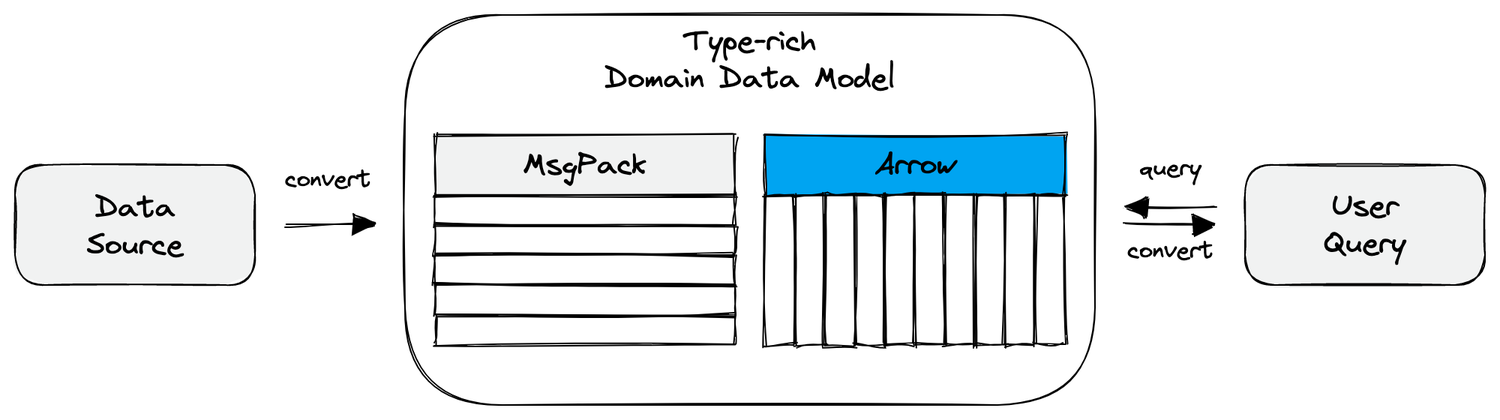
Earlier version of the Excalidraw export web/blog/arrow-data-spine/msgpack-arrow.light.png (tenzir/tenzir). Source tidied: one line per element, renumbered; positions are measured from the earlier drawing's top-left corner, leaving out a move shared by most shapes. Its diagram source:
```json
{"id": 0, "type": "rectangle", "strokeColor": "#000000", "strokeWidth": 1, "roughness": 1, "x": 260, "y": 0, "width": 460, "height": 260}
{"id": 1, "type": "text", "text": "Type-rich\nDomain Data Model", "strokeColor": "#000000", "strokeWidth": 1, "roughness": 1, "fontSize": 20, "fontFamily": 1, "textAlign": "center", "inside": 0, "x": 265, "y": 5, "width": 450, "height": 50}
{"id": 2, "type": "rectangle", "strokeColor": "#000000", "backgroundColor": "#f1f2f2", "fillStyle": "solid", "strokeWidth": 1, "roughness": 1, "x": 280, "y": 80, "width": 200, "height": 40}
{"id": 3, "type": "text", "text": "MsgPack", "strokeColor": "#000000", "strokeWidth": 1, "roughness": 1, "fontSize": 20, "fontFamily": 1, "textAlign": "center", "verticalAlign": "middle", "inside": 2, "x": 285, "y": 88, "width": 190, "height": 25}
{"id": 4, "type": "rectangle", "strokeColor": "#000000", "strokeWidth": 1, "roughness": 1, "x": 280, "y": 120, "width": 200, "height": 20}
{"id": 5, "type": "rectangle", "strokeColor": "#000000", "strokeWidth": 1, "roughness": 1, "x": 280, "y": 140, "width": 200, "height": 20}
{"id": 6, "type": "rectangle", "strokeColor": "#000000", "strokeWidth": 1, "roughness": 1, "x": 280, "y": 160, "width": 200, "height": 20}
{"id": 7, "type": "rectangle", "strokeColor": "#000000", "strokeWidth": 1, "roughness": 1, "x": 280, "y": 180, "width": 200, "height": 20}
{"id": 8, "type": "rectangle", "strokeColor": "#000000", "strokeWidth": 1, "roughness": 1, "x": 280, "y": 200, "width": 200, "height": 20}
{"id": 9, "type": "rectangle", "strokeColor": "#000000", "backgroundColor": "#00a4f1", "fillStyle": "solid", "strokeWidth": 1, "roughness": 1, "x": 500, "y": 80, "width": 200, "height": 40}
{"id": 10, "type": "text", "text": "Arrow", "strokeColor": "#000000", "strokeWidth": 1, "roughness": 1, "fontSize": 20, "fontFamily": 1, "textAlign": "center", "verticalAlign": "middle", "inside": 9, "x": 505, "y": 88, "width": 190, "height": 25}
{"id": 11, "type": "rectangle", "strokeColor": "#000000", "strokeWidth": 1, "roughness": 1, "x": 500, "y": 120, "width": 20, "height": 100}
{"id": 12, "type": "rectangle", "strokeColor": "#000000", "strokeWidth": 1, "roughness": 1, "x": 520, "y": 120, "width": 20, "height": 100}
{"id": 13, "type": "rectangle", "strokeColor": "#000000", "strokeWidth": 1, "roughness": 1, "x": 540, "y": 120, "width": 20, "height": 100}
{"id": 14, "type": "rectangle", "strokeColor": "#000000", "strokeWidth": 1, "roughness": 1, "x": 560, "y": 120, "width": 20, "height": 100}
{"id": 15, "type": "rectangle", "strokeColor": "#000000", "strokeWidth": 1, "roughness": 1, "x": 580, "y": 120, "width": 20, "height": 100}
{"id": 16, "type": "rectangle", "strokeColor": "#000000", "strokeWidth": 1, "roughness": 1, "x": 600, "y": 120, "width": 20, "height": 100}
{"id": 17, "type": "rectangle", "strokeColor": "#000000", "strokeWidth": 1, "roughness": 1, "x": 620, "y": 120, "width": 20, "height": 100}
{"id": 18, "type": "rectangle", "strokeColor": "#000000", "strokeWidth": 1, "roughness": 1, "x": 640, "y": 120, "width": 20, "height": 100}
{"id": 19, "type": "rectangle", "strokeColor": "#000000", "strokeWidth": 1, "roughness": 1, "x": 660, "y": 120, "width": 20, "height": 100}
{"id": 20, "type": "rectangle", "strokeColor": "#000000", "strokeWidth": 1, "roughness": 1, "x": 680, "y": 120, "width": 20, "height": 100}
{"id": 21, "type": "rectangle", "strokeColor": "#000000", "backgroundColor": "#f1f2f2", "fillStyle": "solid", "strokeWidth": 1, "roughness": 1, "x": 0, "y": 100, "width": 160, "height": 80}
{"id": 22, "type": "text", "text": "Data\nSource", "strokeColor": "#000000", "strokeWidth": 1, "roughness": 1, "fontSize": 20, "fontFamily": 1, "textAlign": "center", "verticalAlign": "middle", "inside": 21, "x": 5, "y": 115, "width": 150, "height": 46}
{"id": 23, "type": "arrow", "strokeColor": "#000000", "backgroundColor": "#f1f2f2", "fillStyle": "hachure", "strokeWidth": 1, "roughness": 1, "endArrowhead": "triangle", "to": 0, "x": 180, "y": 140, "width": 60, "height": 0, "points": [[0, 0], [60, 0]]}
{"id": 24, "type": "text", "text": "convert", "strokeColor": "#000000", "backgroundColor": "#f1f2f2", "fillStyle": "hachure", "strokeWidth": 1, "roughness": 1, "fontSize": 16, "fontFamily": 1, "x": 180, "y": 100, "width": 58, "height": 20}
{"id": 25, "type": "arrow", "strokeColor": "#000000", "backgroundColor": "#f1f2f2", "fillStyle": "hachure", "strokeWidth": 1, "roughness": 1, "startArrowhead": "triangle", "from": 0, "x": 740, "y": 128, "width": 60, "height": 0, "points": [[0, 0], [60, 0]]}
{"id": 26, "type": "text", "text": "convert", "strokeColor": "#000000", "backgroundColor": "#f1f2f2", "fillStyle": "hachure", "strokeWidth": 1, "roughness": 1, "fontSize": 16, "fontFamily": 1, "textAlign": "center", "x": 741, "y": 148, "width": 58, "height": 20}
{"id": 27, "type": "arrow", "strokeColor": "#000000", "backgroundColor": "#f1f2f2", "fillStyle": "hachure", "strokeWidth": 1, "roughness": 1, "endArrowhead": "triangle", "x": 740, "y": 140, "width": 60, "height": 0, "points": [[0, 0], [60, 0]]}
{"id": 28, "type": "text", "text": "query", "strokeColor": "#000000", "backgroundColor": "#f1f2f2", "fillStyle": "hachure", "strokeWidth": 1, "roughness": 1, "fontSize": 16, "fontFamily": 1, "textAlign": "center", "x": 749, "y": 92, "width": 42, "height": 20}
{"id": 29, "type": "rectangle", "strokeColor": "#000000", "backgroundColor": "#f1f2f2", "fillStyle": "solid", "strokeWidth": 1, "roughness": 1, "x": 820, "y": 100, "width": 160, "height": 80}
{"id": 30, "type": "text", "text": "User\nQuery", "strokeColor": "#000000", "strokeWidth": 1, "roughness": 1, "fontSize": 20, "fontFamily": 1, "textAlign": "center", "verticalAlign": "middle", "inside": 29, "x": 825, "y": 115, "width": 150, "height": 50}
```
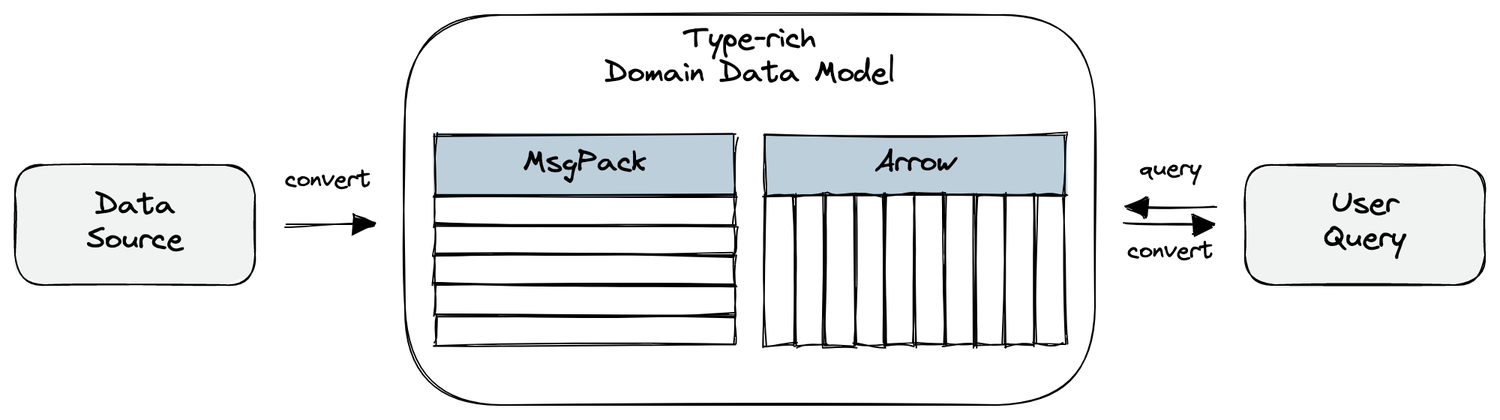
Above is the later version.

Diff of the diagram source:
```diff
@@ -1,13 +1,13 @@
 {"id": 0, "type": "rectangle", "strokeColor": "#000000", "strokeWidth": 1, "roughness": 1, "x": 260, "y": 0, "width": 460, "height": 260}
 {"id": 1, "type": "text", "text": "Type-rich\nDomain Data Model", "strokeColor": "#000000", "strokeWidth": 1, "roughness": 1, "fontSize": 20, "fontFamily": 1, "textAlign": "center", "inside": 0, "x": 265, "y": 5, "width": 450, "height": 50}
-{"id": 2, "type": "rectangle", "strokeColor": "#000000", "backgroundColor": "#f1f2f2", "fillStyle": "solid", "strokeWidth": 1, "roughness": 1, "x": 280, "y": 80, "width": 200, "height": 40}
+{"id": 2, "type": "rectangle", "strokeColor": "#000000", "backgroundColor": "#bdcfdb", "fillStyle": "solid", "strokeWidth": 1, "roughness": 1, "x": 280, "y": 80, "width": 200, "height": 40}
 {"id": 3, "type": "text", "text": "MsgPack", "strokeColor": "#000000", "strokeWidth": 1, "roughness": 1, "fontSize": 20, "fontFamily": 1, "textAlign": "center", "verticalAlign": "middle", "inside": 2, "x": 285, "y": 88, "width": 190, "height": 25}
 {"id": 4, "type": "rectangle", "strokeColor": "#000000", "strokeWidth": 1, "roughness": 1, "x": 280, "y": 120, "width": 200, "height": 20}
 {"id": 5, "type": "rectangle", "strokeColor": "#000000", "strokeWidth": 1, "roughness": 1, "x": 280, "y": 140, "width": 200, "height": 20}
 {"id": 6, "type": "rectangle", "strokeColor": "#000000", "strokeWidth": 1, "roughness": 1, "x": 280, "y": 160, "width": 200, "height": 20}
 {"id": 7, "type": "rectangle", "strokeColor": "#000000", "strokeWidth": 1, "roughness": 1, "x": 280, "y": 180, "width": 200, "height": 20}
 {"id": 8, "type": "rectangle", "strokeColor": "#000000", "strokeWidth": 1, "roughness": 1, "x": 280, "y": 200, "width": 200, "height": 20}
-{"id": 9, "type": "rectangle", "strokeColor": "#000000", "backgroundColor": "#00a4f1", "fillStyle": "solid", "strokeWidth": 1, "roughness": 1, "x": 500, "y": 80, "width": 200, "height": 40}
+{"id": 9, "type": "rectangle", "strokeColor": "#000000", "backgroundColor": "#bdcfdb", "fillStyle": "solid", "strokeWidth": 1, "roughness": 1, "x": 500, "y": 80, "width": 200, "height": 40}
 {"id": 10, "type": "text", "text": "Arrow", "strokeColor": "#000000", "strokeWidth": 1, "roughness": 1, "fontSize": 20, "fontFamily": 1, "textAlign": "center", "verticalAlign": "middle", "inside": 9, "x": 505, "y": 88, "width": 190, "height": 25}
 {"id": 11, "type": "rectangle", "strokeColor": "#000000", "strokeWidth": 1, "roughness": 1, "x": 500, "y": 120, "width": 20, "height": 100}
 {"id": 12, "type": "rectangle", "strokeColor": "#000000", "strokeWidth": 1, "roughness": 1, "x": 520, "y": 120, "width": 20, "height": 100}
```
